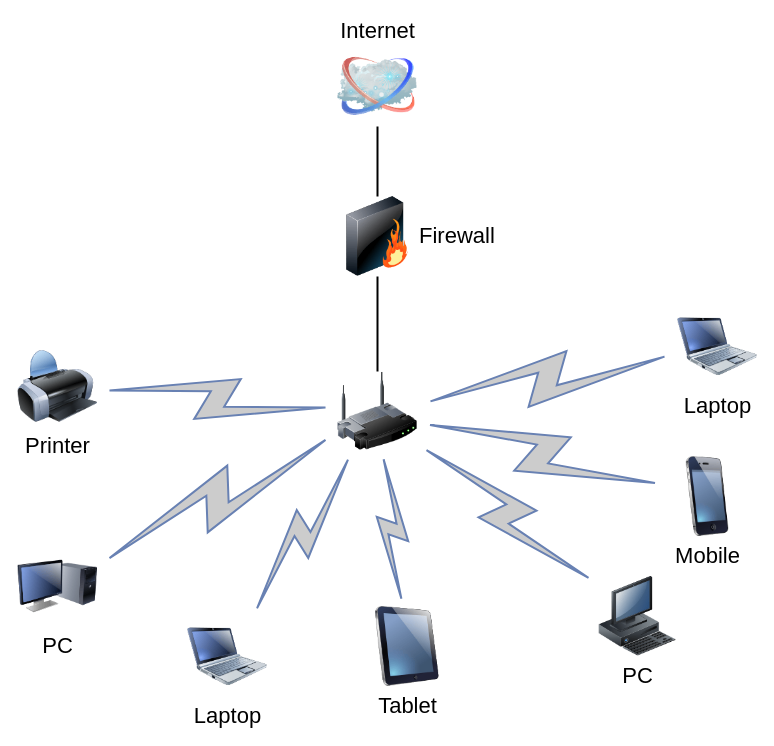
Before: Untitled Diagram.drawio in vk1391/devops-netology, a draw.io diagram. Source tidied: cells renumbered, new cells numbered last; positions are measured from the earlier drawing's top-left corner, leaving out a move shared by most shapes. Both pictures are drawn from the tidied source at 100%, with x=0, y=0 at pixel (17, 46).
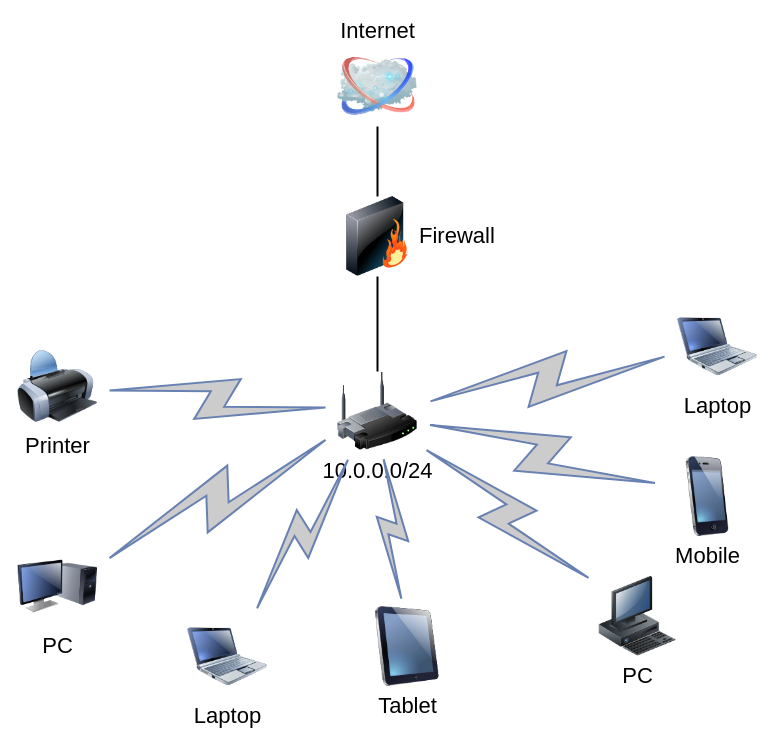
The same page after the edit.

Diff of the diagram source:
```diff
@@
-    <mxCell id="3" style="image;html=1;labelBackgroundColor=#ffffff;image=img/lib/clip_art/networking/Wireless_Router_128x128.png;rounded=1;shadow=0;comic=0;strokeWidth=2;fontSize=22;" parent="1" vertex="1">
+    <mxCell id="3" value="10.0.0.0/24" style="image;html=1;labelBackgroundColor=#ffffff;image=img/lib/clip_art/networking/Wireless_Router_128x128.png;rounded=1;shadow=0;comic=0;strokeWidth=2;fontSize=22;" parent="1" vertex="1">
       <mxGeometry x="320" y="325" width="80" height="80" as="geometry" />
     </mxCell>
```
